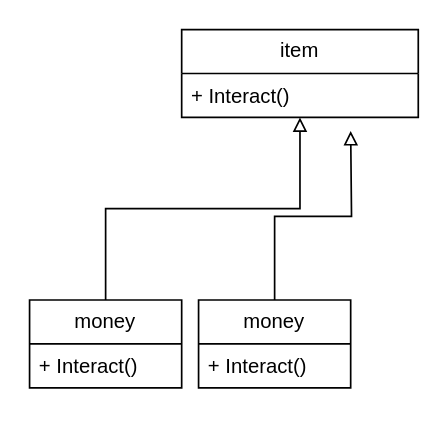
critschris/COMP-354 keeps this draw.io diagram as A3_1.drawio. Above is the earlier version. Source tidied: cells renumbered, new cells numbered last; positions are measured from the earlier drawing's top-left corner, leaving out a move shared by most shapes. Both pictures are drawn from the tidied source at 169%, with x=0, y=0 at pixel (29, 29).
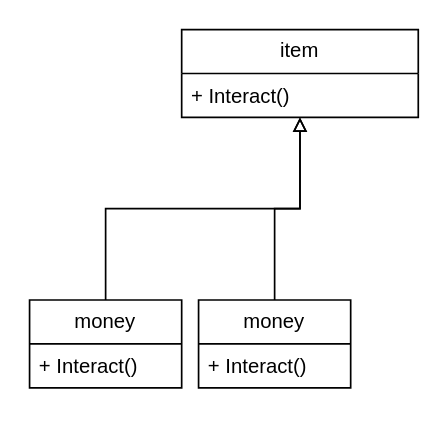
The same page after the edit.

What changed in the source:
```diff
@@
 <mxGraphModel>
   <root>
     <mxCell id="0" />
     <mxCell id="1" parent="0" />
     <mxCell id="2" style="edgeStyle=orthogonalEdgeStyle;rounded=0;jettySize=auto;html=1;endArrow=none;startFill=0;startArrow=block;strokeWidth=1;shadow=0;arcSize=20;" parent="1" edge="1" source="3" target="5">
       <mxGeometry relative="1" as="geometry" />
     </mxCell>
+    <mxCell id="10" style="edgeStyle=orthogonalEdgeStyle;rounded=0;jettySize=auto;html=1;endArrow=none;startFill=0;startArrow=block;" parent="1" edge="1" source="3" target="7">
+      <mxGeometry relative="1" as="geometry" />
+    </mxCell>
     <mxCell id="3" value="item" style="swimlane;fontStyle=0;horizontal=1;startSize=26;fillColor=none;whiteSpace=wrap;html=1;" parent="1" vertex="1">
       <mxGeometry x="90" width="140" height="52" as="geometry" />
     </mxCell>
     <mxCell id="4" value="+ Interact()" style="text;strokeColor=none;fillColor=none;align=left;verticalAlign=top;spacingLeft=4;spacingRight=4;overflow=hidden;whiteSpace=wrap;html=1;" parent="3" vertex="1">
       <mxGeometry y="26" width="140" height="26" as="geometry" />
     </mxCell>
     <mxCell id="5" value="money" style="swimlane;fontStyle=0;horizontal=1;startSize=26;fillColor=none;whiteSpace=wrap;html=1;" parent="1" vertex="1">
       <mxGeometry y="160" width="90" height="52" as="geometry" />
     </mxCell>
     <mxCell id="6" value="+ Interact()" style="text;strokeColor=none;fillColor=none;align=left;verticalAlign=top;spacingLeft=4;spacingRight=4;overflow=hidden;whiteSpace=wrap;html=1;" parent="5" vertex="1">
       <mxGeometry y="26" width="90" height="26" as="geometry" />
     </mxCell>
     <mxCell id="7" value="money" style="swimlane;fontStyle=0;horizontal=1;startSize=26;fillColor=none;whiteSpace=wrap;html=1;" parent="1" vertex="1">
       <mxGeometry x="100" y="160" width="90" height="52" as="geometry" />
     </mxCell>
     <mxCell id="8" value="+ Interact()" style="text;strokeColor=none;fillColor=none;align=left;verticalAlign=top;spacingLeft=4;spacingRight=4;overflow=hidden;whiteSpace=wrap;html=1;" parent="7" vertex="1">
       <mxGeometry y="26" width="90" height="26" as="geometry" />
     </mxCell>
-    <mxCell id="9" style="edgeStyle=orthogonalEdgeStyle;rounded=0;jettySize=auto;html=1;endArrow=none;startFill=0;startArrow=block;strokeWidth=1;shadow=0;arcSize=20;entryX=0.5;entryY=0;entryDx=0;entryDy=0;" parent="1" edge="1" target="7">
-      <mxGeometry relative="1" as="geometry">
-        <mxPoint x="190" y="60" as="sourcePoint" />
-      </mxGeometry>
-    </mxCell>
   </root>
 </mxGraphModel>
```
